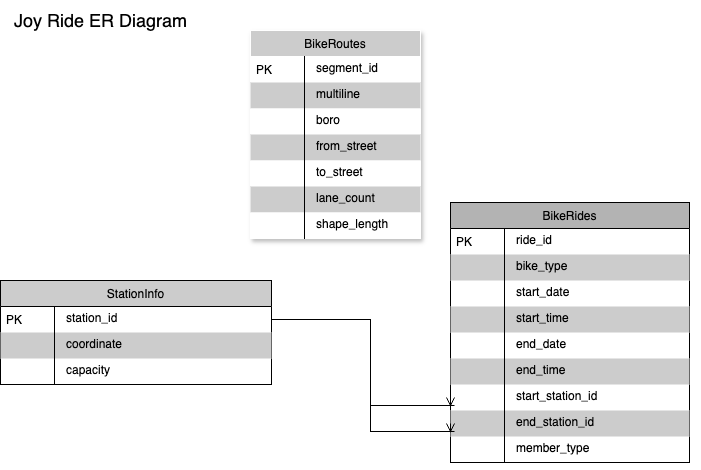
Earlier version of the draw.io export sql/ER Diagram.drawio.png (Caballesjason/Joy-Ride). Source tidied: cells renumbered, new cells last; positions are measured from the earlier drawing's top-left corner, leaving out a move shared by most shapes. Source of this version:
```xml
<mxGraphModel>
  <root>
    <mxCell id="0" />
    <mxCell id="1" parent="0" />
    <mxCell id="2" style="group;fillColor=#FFFFFF;" parent="1" vertex="1">
      <mxGeometry width="700" height="470" as="geometry" />
    </mxCell>
    <mxCell id="3" value="BikeRoutes" style="swimlane;fontStyle=0;horizontal=1;startSize=26;fillColor=#CCCCCC;swimlaneFillColor=default;align=center;strokeColor=#FFFFFF;shadow=1;" parent="2" vertex="1">
      <mxGeometry x="250" y="30" width="170" height="208" as="geometry" />
    </mxCell>
    <mxCell id="4" value="segment_id" style="shape=partialRectangle;top=0;left=0;right=0;bottom=0;align=left;verticalAlign=top;spacingTop=-2;fillColor=#FFFFFF;spacingLeft=64;spacingRight=4;overflow=hidden;strokeColor=#E6E6E6;" parent="3" vertex="1">
      <mxGeometry y="26" width="170" height="26" as="geometry" />
    </mxCell>
    <mxCell id="5" value="PK" style="shape=partialRectangle;top=0;left=0;bottom=0;fillColor=none;align=left;verticalAlign=middle;spacingLeft=4;spacingRight=4;overflow=hidden;" parent="4" vertex="1">
      <mxGeometry width="54" height="26" as="geometry" />
    </mxCell>
    <mxCell id="6" value="multiline" style="shape=partialRectangle;top=0;left=0;right=0;bottom=0;align=left;verticalAlign=top;spacingTop=-2;fillColor=#CCCCCC;spacingLeft=64;spacingRight=4;overflow=hidden;" parent="3" vertex="1">
      <mxGeometry y="52" width="170" height="26" as="geometry" />
    </mxCell>
    <mxCell id="7" style="shape=partialRectangle;top=0;left=0;bottom=0;fillColor=none;align=left;verticalAlign=middle;spacingLeft=4;spacingRight=4;overflow=hidden;" parent="6" vertex="1">
      <mxGeometry width="54" height="26" as="geometry" />
    </mxCell>
    <mxCell id="8" value="boro" style="shape=partialRectangle;top=0;left=0;right=0;bottom=0;align=left;verticalAlign=top;spacingTop=-2;fillColor=#FFFFFF;spacingLeft=64;spacingRight=4;overflow=hidden;strokeColor=#E6E6E6;" parent="3" vertex="1">
      <mxGeometry y="78" width="170" height="26" as="geometry" />
    </mxCell>
    <mxCell id="9" style="shape=partialRectangle;top=0;left=0;bottom=0;fillColor=none;align=left;verticalAlign=middle;spacingLeft=4;spacingRight=4;overflow=hidden;" parent="8" vertex="1">
      <mxGeometry width="54" height="26" as="geometry" />
    </mxCell>
    <mxCell id="10" value="from_street" style="shape=partialRectangle;top=0;left=0;right=0;bottom=0;align=left;verticalAlign=top;spacingTop=-2;fillColor=#CCCCCC;spacingLeft=64;spacingRight=4;overflow=hidden;" parent="3" vertex="1">
      <mxGeometry y="104" width="170" height="26" as="geometry" />
    </mxCell>
    <mxCell id="11" style="shape=partialRectangle;top=0;left=0;bottom=0;fillColor=none;align=left;verticalAlign=middle;spacingLeft=4;spacingRight=4;overflow=hidden;" parent="10" vertex="1">
      <mxGeometry width="54" height="26" as="geometry" />
    </mxCell>
    <mxCell id="12" value="to_street" style="shape=partialRectangle;top=0;left=0;right=0;bottom=0;align=left;verticalAlign=top;spacingTop=-2;fillColor=#FFFFFF;spacingLeft=64;spacingRight=4;overflow=hidden;strokeColor=#E6E6E6;" parent="3" vertex="1">
      <mxGeometry y="130" width="170" height="26" as="geometry" />
    </mxCell>
    <mxCell id="13" style="shape=partialRectangle;top=0;left=0;bottom=0;fillColor=none;align=left;verticalAlign=middle;spacingLeft=4;spacingRight=4;overflow=hidden;" parent="12" vertex="1">
      <mxGeometry width="54" height="26" as="geometry" />
    </mxCell>
    <mxCell id="14" value="lane_count" style="shape=partialRectangle;top=0;left=0;right=0;bottom=0;align=left;verticalAlign=top;spacingTop=-2;fillColor=#CCCCCC;spacingLeft=64;spacingRight=4;overflow=hidden;" parent="3" vertex="1">
      <mxGeometry y="156" width="170" height="26" as="geometry" />
    </mxCell>
    <mxCell id="15" style="shape=partialRectangle;top=0;left=0;bottom=0;fillColor=none;align=left;verticalAlign=middle;spacingLeft=4;spacingRight=4;overflow=hidden;" parent="14" vertex="1">
      <mxGeometry width="54" height="26" as="geometry" />
    </mxCell>
    <mxCell id="16" value="shape_length" style="shape=partialRectangle;top=0;left=0;right=0;bottom=0;align=left;verticalAlign=top;spacingTop=-2;fillColor=#FFFFFF;spacingLeft=64;spacingRight=4;overflow=hidden;strokeColor=#E6E6E6;" parent="3" vertex="1">
      <mxGeometry y="182" width="170" height="26" as="geometry" />
    </mxCell>
    <mxCell id="17" style="shape=partialRectangle;top=0;left=0;bottom=0;fillColor=none;align=left;verticalAlign=middle;spacingLeft=4;spacingRight=4;overflow=hidden;" parent="16" vertex="1">
      <mxGeometry width="54" height="26" as="geometry" />
    </mxCell>
    <mxCell id="18" value="BikeRides" style="swimlane;fontStyle=0;horizontal=1;startSize=26;fillColor=#B3B3B3;swimlaneFillColor=default;align=center;" parent="2" vertex="1">
      <mxGeometry x="450" y="202" width="239" height="260" as="geometry" />
    </mxCell>
    <mxCell id="19" value="ride_id" style="shape=partialRectangle;top=0;left=0;right=0;bottom=0;align=left;verticalAlign=top;spacingTop=-2;fillColor=none;spacingLeft=64;spacingRight=4;overflow=hidden;" parent="18" vertex="1">
      <mxGeometry y="26" width="239" height="26" as="geometry" />
    </mxCell>
    <mxCell id="20" value="PK" style="shape=partialRectangle;top=0;left=0;bottom=0;fillColor=none;align=left;verticalAlign=middle;spacingLeft=4;spacingRight=4;overflow=hidden;" parent="19" vertex="1">
      <mxGeometry width="54" height="26" as="geometry" />
    </mxCell>
    <mxCell id="21" value="bike_type" style="shape=partialRectangle;top=0;left=0;right=0;bottom=0;align=left;verticalAlign=top;spacingTop=-2;fillColor=#CCCCCC;spacingLeft=64;spacingRight=4;overflow=hidden;" parent="18" vertex="1">
      <mxGeometry y="52" width="239" height="26" as="geometry" />
    </mxCell>
    <mxCell id="22" style="shape=partialRectangle;top=0;left=0;bottom=0;fillColor=none;align=left;verticalAlign=middle;spacingLeft=4;spacingRight=4;overflow=hidden;" parent="21" vertex="1">
      <mxGeometry width="54" height="26" as="geometry" />
    </mxCell>
    <mxCell id="23" value="start_date" style="shape=partialRectangle;top=0;left=0;right=0;bottom=0;align=left;verticalAlign=top;spacingTop=-2;fillColor=none;spacingLeft=64;spacingRight=4;overflow=hidden;" parent="18" vertex="1">
      <mxGeometry y="78" width="239" height="26" as="geometry" />
    </mxCell>
    <mxCell id="24" style="shape=partialRectangle;top=0;left=0;bottom=0;fillColor=none;align=left;verticalAlign=middle;spacingLeft=4;spacingRight=4;overflow=hidden;" parent="23" vertex="1">
      <mxGeometry width="54" height="26" as="geometry" />
    </mxCell>
    <mxCell id="25" value="start_time" style="shape=partialRectangle;top=0;left=0;right=0;bottom=0;align=left;verticalAlign=top;spacingTop=-2;fillColor=#CCCCCC;spacingLeft=64;spacingRight=4;overflow=hidden;" parent="18" vertex="1">
      <mxGeometry y="104" width="239" height="26" as="geometry" />
    </mxCell>
    <mxCell id="26" style="shape=partialRectangle;top=0;left=0;bottom=0;fillColor=none;align=left;verticalAlign=middle;spacingLeft=4;spacingRight=4;overflow=hidden;" parent="25" vertex="1">
      <mxGeometry width="54" height="26" as="geometry" />
    </mxCell>
    <mxCell id="27" value="end_date" style="shape=partialRectangle;top=0;left=0;right=0;bottom=0;align=left;verticalAlign=top;spacingTop=-2;fillColor=none;spacingLeft=64;spacingRight=4;overflow=hidden;" parent="18" vertex="1">
      <mxGeometry y="130" width="239" height="26" as="geometry" />
    </mxCell>
    <mxCell id="28" style="shape=partialRectangle;top=0;left=0;bottom=0;fillColor=none;align=left;verticalAlign=middle;spacingLeft=4;spacingRight=4;overflow=hidden;" parent="27" vertex="1">
      <mxGeometry width="54" height="26" as="geometry" />
    </mxCell>
    <mxCell id="29" value="end_time" style="shape=partialRectangle;top=0;left=0;right=0;bottom=0;align=left;verticalAlign=top;spacingTop=-2;fillColor=#CCCCCC;spacingLeft=64;spacingRight=4;overflow=hidden;" parent="18" vertex="1">
      <mxGeometry y="156" width="239" height="26" as="geometry" />
    </mxCell>
    <mxCell id="30" style="shape=partialRectangle;top=0;left=0;bottom=0;fillColor=none;align=left;verticalAlign=middle;spacingLeft=4;spacingRight=4;overflow=hidden;" parent="29" vertex="1">
      <mxGeometry width="54" height="26" as="geometry" />
    </mxCell>
    <mxCell id="31" value="start_station_id" style="shape=partialRectangle;top=0;left=0;right=0;bottom=0;align=left;verticalAlign=top;spacingTop=-2;fillColor=none;spacingLeft=64;spacingRight=4;overflow=hidden;points=[[0,0.5],[1,0.5]];portConstraint=eastwest;" parent="18" vertex="1">
      <mxGeometry y="182" width="239" height="26" as="geometry" />
    </mxCell>
    <mxCell id="32" style="shape=partialRectangle;top=0;left=0;bottom=0;fillColor=none;align=left;verticalAlign=middle;spacingLeft=4;spacingRight=4;overflow=hidden;" parent="31" vertex="1">
      <mxGeometry width="54" height="26" as="geometry" />
    </mxCell>
    <mxCell id="33" value="end_station_id" style="shape=partialRectangle;top=0;left=0;right=0;bottom=0;align=left;verticalAlign=top;spacingTop=-2;fillColor=#CCCCCC;spacingLeft=64;spacingRight=4;overflow=hidden;points=[[0,0.5],[1,0.5]];portConstraint=eastwest;" parent="18" vertex="1">
      <mxGeometry y="208" width="239" height="26" as="geometry" />
    </mxCell>
    <mxCell id="34" style="shape=partialRectangle;top=0;left=0;bottom=0;fillColor=none;align=left;verticalAlign=middle;spacingLeft=4;spacingRight=4;overflow=hidden;" parent="33" vertex="1">
      <mxGeometry width="54" height="26" as="geometry" />
    </mxCell>
    <mxCell id="35" value="member_type" style="shape=partialRectangle;top=0;left=0;right=0;bottom=0;align=left;verticalAlign=top;spacingTop=-2;fillColor=none;spacingLeft=64;spacingRight=4;overflow=hidden;" parent="18" vertex="1">
      <mxGeometry y="234" width="239" height="26" as="geometry" />
    </mxCell>
    <mxCell id="36" style="shape=partialRectangle;top=0;left=0;bottom=0;fillColor=none;align=left;verticalAlign=middle;spacingLeft=4;spacingRight=4;overflow=hidden;" parent="35" vertex="1">
      <mxGeometry width="54" height="26" as="geometry" />
    </mxCell>
    <mxCell id="37" style="edgeStyle=orthogonalEdgeStyle;fontSize=12;html=1;endArrow=ERoneToMany;rounded=0;exitX=1;exitY=0.5;exitDx=0;exitDy=0;entryX=0;entryY=0.5;entryDx=0;entryDy=0;" parent="2" edge="1" source="40" target="33">
      <mxGeometry relative="1" as="geometry">
        <Array as="points">
          <mxPoint x="370" y="319" />
          <mxPoint x="370" y="431" />
        </Array>
      </mxGeometry>
    </mxCell>
    <mxCell id="38" style="edgeStyle=orthogonalEdgeStyle;fontSize=12;html=1;endArrow=ERoneToMany;rounded=0;entryX=0;entryY=0.5;entryDx=0;entryDy=0;exitX=1;exitY=0.5;exitDx=0;exitDy=0;" parent="2" edge="1" source="40" target="31">
      <mxGeometry relative="1" as="geometry">
        <Array as="points">
          <mxPoint x="370" y="319" />
          <mxPoint x="370" y="405" />
        </Array>
      </mxGeometry>
    </mxCell>
    <mxCell id="39" value="StationInfo" style="swimlane;fontStyle=0;horizontal=1;startSize=26;fillColor=#CCCCCC;swimlaneFillColor=default;align=center;" parent="2" vertex="1">
      <mxGeometry y="280" width="271" height="104" as="geometry" />
    </mxCell>
    <mxCell id="40" value="station_id" style="shape=partialRectangle;top=0;left=0;right=0;bottom=0;align=left;verticalAlign=top;spacingTop=-2;fillColor=none;spacingLeft=64;spacingRight=4;overflow=hidden;points=[[0,0.5],[1,0.5]];portConstraint=eastwest;" parent="39" vertex="1">
      <mxGeometry y="26" width="271" height="26" as="geometry" />
    </mxCell>
    <mxCell id="41" value="PK" style="shape=partialRectangle;top=0;left=0;bottom=0;fillColor=none;align=left;verticalAlign=middle;spacingLeft=4;spacingRight=4;overflow=hidden;" parent="40" vertex="1">
      <mxGeometry width="54" height="26" as="geometry" />
    </mxCell>
    <mxCell id="42" value="coordinate" style="shape=partialRectangle;top=0;left=0;right=0;bottom=0;align=left;verticalAlign=top;spacingTop=-2;fillColor=#CCCCCC;spacingLeft=64;spacingRight=4;overflow=hidden;" parent="39" vertex="1">
      <mxGeometry y="52" width="271" height="26" as="geometry" />
    </mxCell>
    <mxCell id="43" style="shape=partialRectangle;top=0;left=0;bottom=0;fillColor=none;align=left;verticalAlign=middle;spacingLeft=4;spacingRight=4;overflow=hidden;" parent="42" vertex="1">
      <mxGeometry width="54" height="26" as="geometry" />
    </mxCell>
    <mxCell id="44" value="capacity" style="shape=partialRectangle;top=0;left=0;right=0;bottom=0;align=left;verticalAlign=top;spacingTop=-2;fillColor=none;spacingLeft=64;spacingRight=4;overflow=hidden;" parent="39" vertex="1">
      <mxGeometry y="78" width="271" height="26" as="geometry" />
    </mxCell>
    <mxCell id="45" style="shape=partialRectangle;top=0;left=0;bottom=0;fillColor=none;align=left;verticalAlign=middle;spacingLeft=4;spacingRight=4;overflow=hidden;" parent="44" vertex="1">
      <mxGeometry width="54" height="26" as="geometry" />
    </mxCell>
    <mxCell id="46" value="&lt;font style=&quot;font-size: 18px;&quot;&gt;Joy Ride&amp;nbsp;&lt;span style=&quot;background-color: transparent; color: light-dark(rgb(0, 0, 0), rgb(255, 255, 255));&quot;&gt;ER Diagram&lt;/span&gt;&lt;/font&gt;" style="text;html=1;align=center;verticalAlign=middle;strokeColor=none;fillColor=none;" parent="2" vertex="1">
      <mxGeometry width="200" height="40" as="geometry" />
    </mxCell>
  </root>
</mxGraphModel>
```
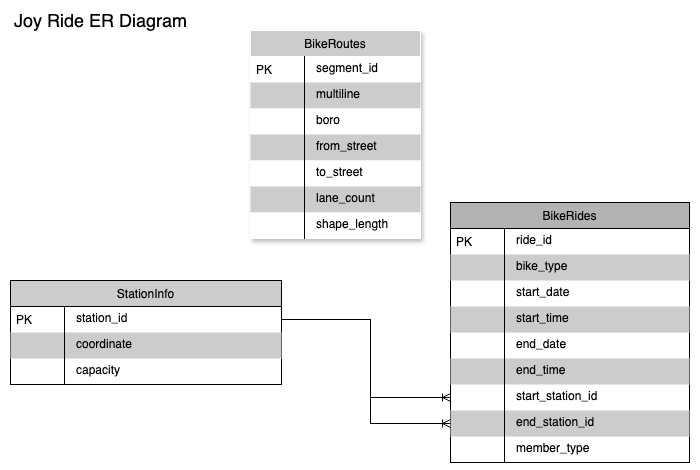
Later version of the same file.

Commit message:
Added data transformations for date and time attributes and bike type attribute

The edit, as a diff of the source:
```diff
@@ -111,20 +111,20 @@
       <mxGeometry relative="1" as="geometry">
         <Array as="points">
           <mxPoint x="370" y="319" />
-          <mxPoint x="370" y="431" />
+          <mxPoint x="370" y="423" />
         </Array>
       </mxGeometry>
     </mxCell>
-    <mxCell id="38" style="edgeStyle=orthogonalEdgeStyle;fontSize=12;html=1;endArrow=ERoneToMany;rounded=0;entryX=0;entryY=0.5;entryDx=0;entryDy=0;exitX=1;exitY=0.5;exitDx=0;exitDy=0;" parent="2" edge="1" source="40" target="31">
+    <mxCell id="38" style="edgeStyle=orthogonalEdgeStyle;fontSize=12;html=1;endArrow=ERoneToMany;rounded=0;exitX=1;exitY=0.5;exitDx=0;exitDy=0;entryX=0;entryY=0.5;entryDx=0;entryDy=0;" parent="2" edge="1" source="40" target="31">
       <mxGeometry relative="1" as="geometry">
         <Array as="points">
           <mxPoint x="370" y="319" />
-          <mxPoint x="370" y="405" />
+          <mxPoint x="370" y="397" />
         </Array>
       </mxGeometry>
     </mxCell>
     <mxCell id="39" value="StationInfo" style="swimlane;fontStyle=0;horizontal=1;startSize=26;fillColor=#CCCCCC;swimlaneFillColor=default;align=center;" parent="2" vertex="1">
-      <mxGeometry y="280" width="271" height="104" as="geometry" />
+      <mxGeometry x="10" y="280" width="271" height="104" as="geometry" />
     </mxCell>
     <mxCell id="40" value="station_id" style="shape=partialRectangle;top=0;left=0;right=0;bottom=0;align=left;verticalAlign=top;spacingTop=-2;fillColor=none;spacingLeft=64;spacingRight=4;overflow=hidden;points=[[0,0.5],[1,0.5]];portConstraint=eastwest;" parent="39" vertex="1">
       <mxGeometry y="26" width="271" height="26" as="geometry" />
```
